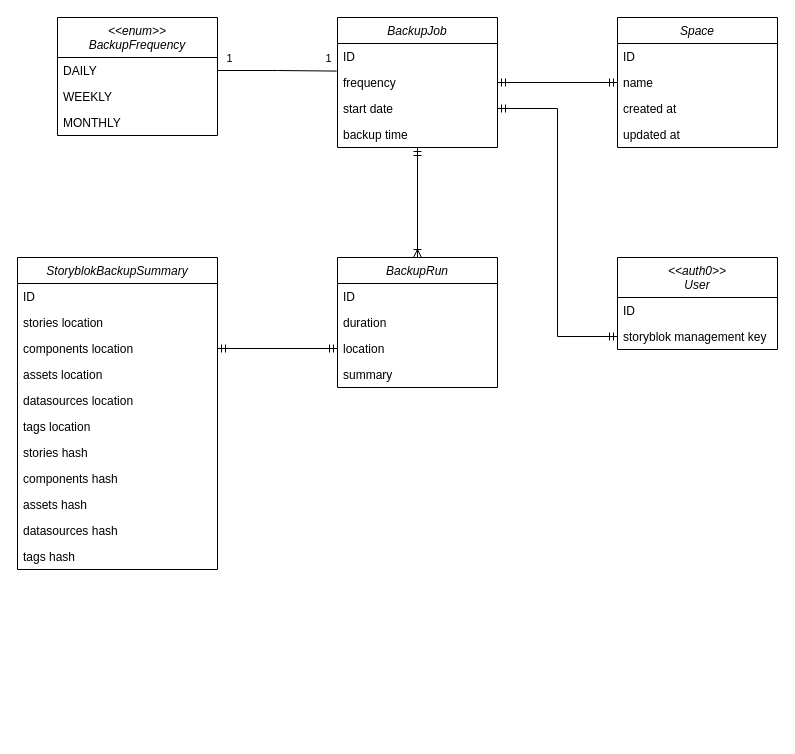
Before: docs/backeup.drawio in dtn1999/codecm, a draw.io diagram. Source tidied: cells renumbered, new cells numbered last; positions are measured from the earlier drawing's top-left corner, leaving out a move shared by most shapes. Both pictures are drawn from the tidied source at 100%, with x=0, y=0 at pixel (17, 17).
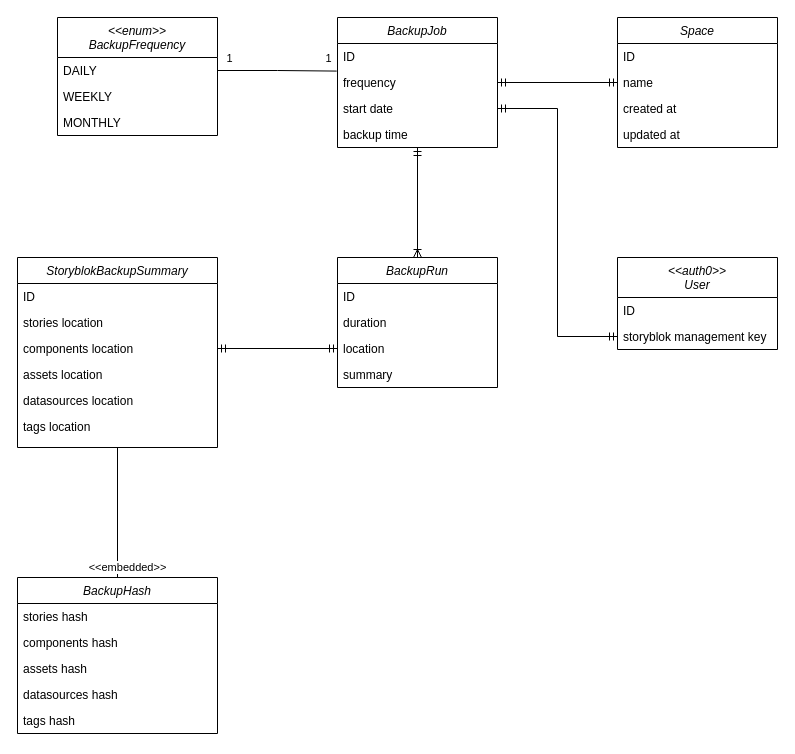
After the change.

The change refers to these unchanged cells:
```xml
<mxCell id="28" value="location" style="text;align=left;verticalAlign=top;spacingLeft=4;spacingRight=4;overflow=hidden;points=[[0,0.5],[1,0.5]];portConstraint=eastwest;rounded=0;shadow=0;html=0;" parent="25" vertex="1">
  <mxGeometry y="78" width="160" height="26" as="geometry" />
</mxCell>
<mxCell id="33" value="components location" style="text;align=left;verticalAlign=top;spacingLeft=4;spacingRight=4;overflow=hidden;points=[[0,0.5],[1,0.5]];portConstraint=eastwest;rounded=0;shadow=0;html=0;" parent="30" vertex="1">
  <mxGeometry y="78" width="200" height="26" as="geometry" />
</mxCell>
```

What changed in the source:
```diff
@@
     <mxCell id="30" value="StoryblokBackupSummary" style="swimlane;fontStyle=2;align=center;verticalAlign=top;horizontal=1;startSize=26;rounded=0;shadow=0;strokeWidth=1;" parent="1" vertex="1">
-      <mxGeometry y="240" width="200" height="312" as="geometry" />
+      <mxGeometry y="240" width="200" height="190" as="geometry" />
     </mxCell>
@@
+    <mxCell id="42" style="edgeStyle=orthogonalEdgeStyle;rounded=0;jettySize=auto;html=1;entryX=0;entryY=0.5;entryDx=0;entryDy=0;endArrow=ERmandOne;endFill=0;startArrow=ERmandOne;startFill=0;" parent="1" edge="1" source="33" target="28">
+      <mxGeometry relative="1" as="geometry" />
+    </mxCell>
+    <mxCell id="43" value="&amp;lt;&amp;lt;embedded&amp;gt;&amp;gt;" style="edgeStyle=orthogonalEdgeStyle;rounded=0;jettySize=auto;html=1;entryX=0.5;entryY=1;entryDx=0;entryDy=0;endArrow=none;endFill=0;" parent="1" edge="1" source="44" target="30">
+      <mxGeometry x="-0.85" y="-10" relative="1" as="geometry" />
+    </mxCell>
+    <mxCell id="44" value="BackupHash" style="swimlane;fontStyle=2;align=center;verticalAlign=top;horizontal=1;startSize=26;rounded=0;shadow=0;strokeWidth=1;" parent="1" vertex="1">
+      <mxGeometry y="560" width="200" height="156" as="geometry" />
+    </mxCell>
-    <mxCell id="37" value="stories hash" style="text;align=left;verticalAlign=top;spacingLeft=4;spacingRight=4;overflow=hidden;rounded=0;shadow=0;html=0;" parent="30" vertex="1">
-      <mxGeometry y="182" width="200" height="26" as="geometry" />
+    <mxCell id="37" value="stories hash" style="text;align=left;verticalAlign=top;spacingLeft=4;spacingRight=4;overflow=hidden;" parent="44" vertex="1">
+      <mxGeometry y="26" width="200" height="26" as="geometry" />
     </mxCell>
-    <mxCell id="38" value="components hash" style="text;align=left;verticalAlign=top;spacingLeft=4;spacingRight=4;overflow=hidden;rounded=0;shadow=0;html=0;" parent="30" vertex="1">
-      <mxGeometry y="208" width="200" height="26" as="geometry" />
+    <mxCell id="38" value="components hash" style="text;align=left;verticalAlign=top;spacingLeft=4;spacingRight=4;overflow=hidden;rounded=0;shadow=0;html=0;" parent="44" vertex="1">
+      <mxGeometry y="52" width="200" height="26" as="geometry" />
     </mxCell>
-    <mxCell id="39" value="assets hash" style="text;align=left;verticalAlign=top;spacingLeft=4;spacingRight=4;overflow=hidden;rounded=0;shadow=0;html=0;" parent="30" vertex="1">
-      <mxGeometry y="234" width="200" height="26" as="geometry" />
+    <mxCell id="39" value="assets hash" style="text;align=left;verticalAlign=top;spacingLeft=4;spacingRight=4;overflow=hidden;rounded=0;shadow=0;html=0;" parent="44" vertex="1">
+      <mxGeometry y="78" width="200" height="26" as="geometry" />
     </mxCell>
-    <mxCell id="40" value="datasources hash" style="text;align=left;verticalAlign=top;spacingLeft=4;spacingRight=4;overflow=hidden;rounded=0;shadow=0;html=0;" parent="30" vertex="1">
-      <mxGeometry y="260" width="200" height="26" as="geometry" />
+    <mxCell id="40" value="datasources hash" style="text;align=left;verticalAlign=top;spacingLeft=4;spacingRight=4;overflow=hidden;rounded=0;shadow=0;html=0;" parent="44" vertex="1">
+      <mxGeometry y="104" width="200" height="26" as="geometry" />
     </mxCell>
-    <mxCell id="41" value="tags hash" style="text;align=left;verticalAlign=top;spacingLeft=4;spacingRight=4;overflow=hidden;rounded=0;shadow=0;html=0;" parent="30" vertex="1">
-      <mxGeometry y="286" width="200" height="26" as="geometry" />
+    <mxCell id="41" value="tags hash" style="text;align=left;verticalAlign=top;spacingLeft=4;spacingRight=4;overflow=hidden;rounded=0;shadow=0;html=0;" parent="44" vertex="1">
+      <mxGeometry y="130" width="200" height="26" as="geometry" />
     </mxCell>
-    <mxCell id="42" style="edgeStyle=orthogonalEdgeStyle;rounded=0;jettySize=auto;html=1;entryX=0;entryY=0.5;entryDx=0;entryDy=0;endArrow=ERmandOne;endFill=0;startArrow=ERmandOne;startFill=0;" parent="1" edge="1" source="33" target="28">
-      <mxGeometry relative="1" as="geometry" />
-    </mxCell>
```
